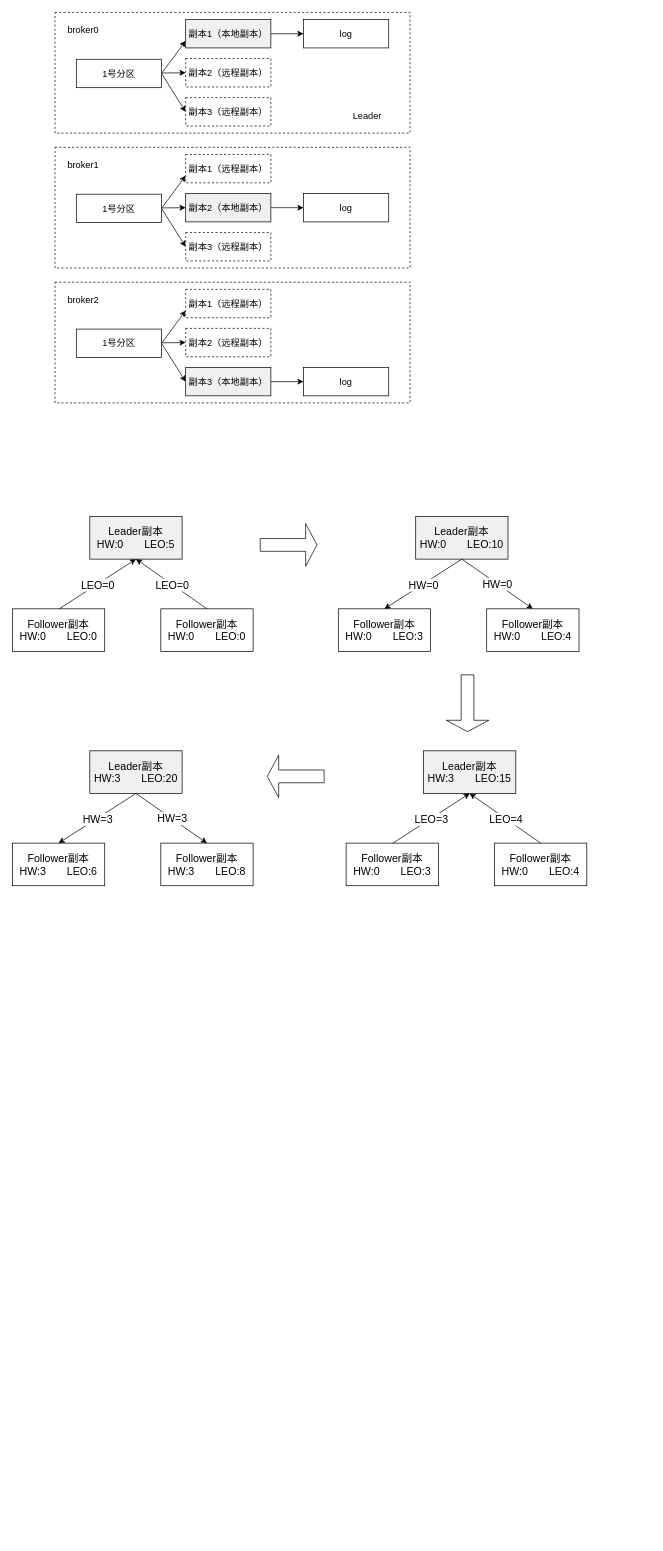
Above: docs/assets/drawio/kafka同步机制.drawio in qinguan1/qinguan1.github.io (draw.io), before the change. Source tidied: cells renumbered, new cells numbered last; positions are measured from the earlier drawing's top-left corner, leaving out a move shared by most shapes. Both pictures are drawn from the tidied source at 71%, with x=0, y=0 at pixel (12, 12).
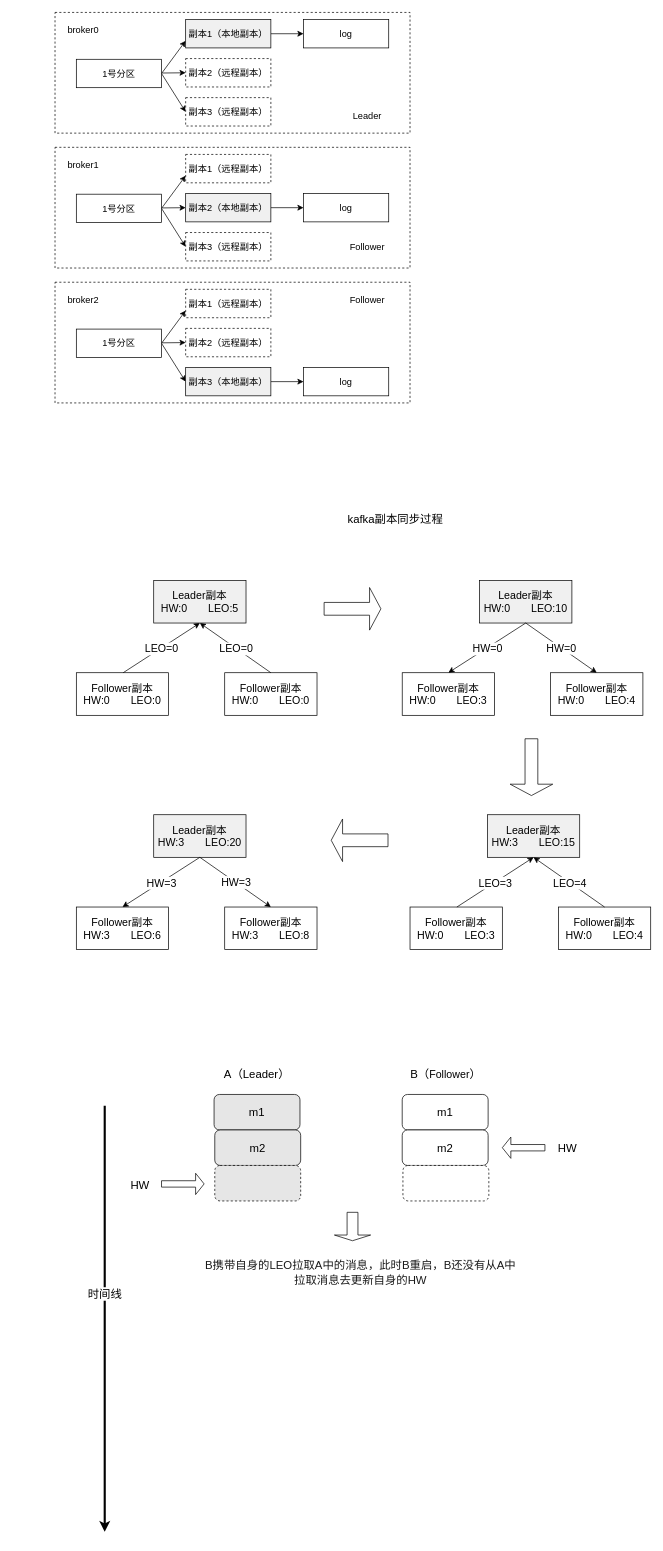
Above is the later version.

Diff of the diagram source:
```diff
@@
     <mxCell id="36" value="Leader副本&lt;br style=&quot;font-size: 15px;&quot;&gt;HW:0&lt;span style=&quot;white-space: pre; font-size: 15px;&quot;&gt;&#9;&lt;/span&gt;LEO:5" style="rounded=0;whiteSpace=wrap;html=1;fillColor=#F0F0F0;fontSize=15;" parent="1" vertex="1">
-      <mxGeometry x="109" y="710" width="130" height="60" as="geometry" />
+      <mxGeometry x="199" y="800" width="130" height="60" as="geometry" />
     </mxCell>
     <mxCell id="37" value="Follower副本&lt;br style=&quot;font-size: 15px;&quot;&gt;HW:0&lt;span style=&quot;white-space: pre; font-size: 15px;&quot;&gt;&#9;&lt;/span&gt;LEO:0" style="rounded=0;whiteSpace=wrap;html=1;fillColor=#FFFFFF;fontSize=15;" parent="1" vertex="1">
-      <mxGeometry y="840" width="130" height="60" as="geometry" />
+      <mxGeometry x="90" y="930" width="130" height="60" as="geometry" />
     </mxCell>
     <mxCell id="38" value="Follower副本&lt;br style=&quot;font-size: 15px;&quot;&gt;HW:0&lt;span style=&quot;white-space: pre; font-size: 15px;&quot;&gt;&#9;&lt;/span&gt;LEO:0" style="rounded=0;whiteSpace=wrap;html=1;fillColor=#FFFFFF;fontSize=15;" parent="1" vertex="1">
-      <mxGeometry x="209" y="840" width="130" height="60" as="geometry" />
+      <mxGeometry x="299" y="930" width="130" height="60" as="geometry" />
     </mxCell>
     <mxCell id="39" style="endArrow=classic;html=1;rounded=0;exitX=0.5;exitY=0;exitDx=0;exitDy=0;entryX=0.5;entryY=1;entryDx=0;entryDy=0;" parent="1" edge="1" target="36">
       <mxGeometry relative="1" as="geometry">
-        <mxPoint x="66" y="840" as="sourcePoint" />
+        <mxPoint x="156" y="930" as="sourcePoint" />
       </mxGeometry>
     </mxCell>
@@
     <mxCell id="43" value="Leader副本&lt;br style=&quot;font-size: 15px;&quot;&gt;HW:0&lt;span style=&quot;white-space: pre; font-size: 15px;&quot;&gt;&#9;&lt;/span&gt;LEO:10" style="rounded=0;whiteSpace=wrap;html=1;fillColor=#F0F0F0;fontSize=15;" parent="1" vertex="1">
-      <mxGeometry x="568" y="710" width="130" height="60" as="geometry" />
+      <mxGeometry x="658" y="800" width="130" height="60" as="geometry" />
     </mxCell>
     <mxCell id="44" value="Follower副本&lt;br style=&quot;font-size: 15px;&quot;&gt;HW:0&lt;span style=&quot;white-space: pre; font-size: 15px;&quot;&gt;&#9;&lt;/span&gt;LEO:3" style="rounded=0;whiteSpace=wrap;html=1;fillColor=#FFFFFF;fontSize=15;" parent="1" vertex="1">
-      <mxGeometry x="459" y="840" width="130" height="60" as="geometry" />
+      <mxGeometry x="549" y="930" width="130" height="60" as="geometry" />
     </mxCell>
     <mxCell id="45" value="Follower副本&lt;br style=&quot;font-size: 15px;&quot;&gt;HW:0&lt;span style=&quot;white-space: pre; font-size: 15px;&quot;&gt;&#9;&lt;/span&gt;LEO:4" style="rounded=0;whiteSpace=wrap;html=1;fillColor=#FFFFFF;fontSize=15;" parent="1" vertex="1">
-      <mxGeometry x="668" y="840" width="130" height="60" as="geometry" />
+      <mxGeometry x="758" y="930" width="130" height="60" as="geometry" />
     </mxCell>
@@
     <mxCell id="50" value="Leader副本&lt;br style=&quot;font-size: 15px;&quot;&gt;HW:3&lt;span style=&quot;white-space: pre; font-size: 15px;&quot;&gt;&#9;&lt;/span&gt;LEO:15" style="rounded=0;whiteSpace=wrap;html=1;fillColor=#F0F0F0;fontSize=15;" parent="1" vertex="1">
-      <mxGeometry x="579" y="1040" width="130" height="60" as="geometry" />
+      <mxGeometry x="669" y="1130" width="130" height="60" as="geometry" />
     </mxCell>
     <mxCell id="51" value="Follower副本&lt;br style=&quot;font-size: 15px;&quot;&gt;HW:0&lt;span style=&quot;white-space: pre; font-size: 15px;&quot;&gt;&#9;&lt;/span&gt;LEO:3" style="rounded=0;whiteSpace=wrap;html=1;fillColor=#FFFFFF;fontSize=15;" parent="1" vertex="1">
-      <mxGeometry x="470" y="1170" width="130" height="60" as="geometry" />
+      <mxGeometry x="560" y="1260" width="130" height="60" as="geometry" />
     </mxCell>
     <mxCell id="52" value="Follower副本&lt;br style=&quot;font-size: 15px;&quot;&gt;HW:0&lt;span style=&quot;white-space: pre; font-size: 15px;&quot;&gt;&#9;&lt;/span&gt;LEO:4" style="rounded=0;whiteSpace=wrap;html=1;fillColor=#FFFFFF;fontSize=15;" parent="1" vertex="1">
-      <mxGeometry x="679" y="1170" width="130" height="60" as="geometry" />
+      <mxGeometry x="769" y="1260" width="130" height="60" as="geometry" />
     </mxCell>
     <mxCell id="53" style="endArrow=classic;html=1;rounded=0;exitX=0.5;exitY=0;exitDx=0;exitDy=0;entryX=0.5;entryY=1;entryDx=0;entryDy=0;fontSize=15;" parent="1" edge="1" target="50">
       <mxGeometry relative="1" as="geometry">
-        <mxPoint x="536" y="1170" as="sourcePoint" />
+        <mxPoint x="626" y="1260" as="sourcePoint" />
       </mxGeometry>
     </mxCell>
@@
     <mxCell id="57" value="Leader副本&lt;br style=&quot;font-size: 15px;&quot;&gt;HW:3&lt;span style=&quot;white-space: pre; font-size: 15px;&quot;&gt;&#9;&lt;/span&gt;LEO:20" style="rounded=0;whiteSpace=wrap;html=1;fillColor=#F0F0F0;fontSize=15;" parent="1" vertex="1">
-      <mxGeometry x="109" y="1040" width="130" height="60" as="geometry" />
+      <mxGeometry x="199" y="1130" width="130" height="60" as="geometry" />
     </mxCell>
     <mxCell id="58" value="Follower副本&lt;br style=&quot;font-size: 15px;&quot;&gt;HW:3&lt;span style=&quot;white-space: pre; font-size: 15px;&quot;&gt;&#9;&lt;/span&gt;LEO:6" style="rounded=0;whiteSpace=wrap;html=1;fillColor=#FFFFFF;fontSize=15;" parent="1" vertex="1">
-      <mxGeometry y="1170" width="130" height="60" as="geometry" />
+      <mxGeometry x="90" y="1260" width="130" height="60" as="geometry" />
     </mxCell>
     <mxCell id="59" value="Follower副本&lt;br style=&quot;font-size: 15px;&quot;&gt;HW:3&lt;span style=&quot;white-space: pre; font-size: 15px;&quot;&gt;&#9;&lt;/span&gt;LEO:8" style="rounded=0;whiteSpace=wrap;html=1;fillColor=#FFFFFF;fontSize=15;" parent="1" vertex="1">
-      <mxGeometry x="209" y="1170" width="130" height="60" as="geometry" />
+      <mxGeometry x="299" y="1260" width="130" height="60" as="geometry" />
     </mxCell>
@@
     <mxCell id="64" style="shape=singleArrow;whiteSpace=wrap;html=1;fillColor=#FFFFFF;" parent="1" vertex="1">
-      <mxGeometry x="349" y="720" width="80" height="60" as="geometry" />
+      <mxGeometry x="439" y="810" width="80" height="60" as="geometry" />
     </mxCell>
     <mxCell id="65" style="shape=singleArrow;whiteSpace=wrap;html=1;fillColor=#FFFFFF;direction=south;fontSize=15;" parent="1" vertex="1">
-      <mxGeometry x="611" y="933" width="60" height="80" as="geometry" />
+      <mxGeometry x="701" y="1023" width="60" height="80" as="geometry" />
     </mxCell>
     <mxCell id="66" style="shape=singleArrow;whiteSpace=wrap;html=1;fillColor=#FFFFFF;direction=west;" parent="1" vertex="1">
-      <mxGeometry x="359" y="1046" width="80" height="60" as="geometry" />
+      <mxGeometry x="449" y="1136" width="80" height="60" as="geometry" />
     </mxCell>
+    <mxCell id="67" value="kafka副本同步过程" style="text;html=1;strokeColor=none;fillColor=none;align=center;verticalAlign=middle;whiteSpace=wrap;rounded=0;fontSize=16;" parent="1" vertex="1">
+      <mxGeometry x="439" y="694" width="201" height="40" as="geometry" />
+    </mxCell>
+    <mxCell id="68" value="Follower" style="text;html=1;strokeColor=none;fillColor=none;align=center;verticalAlign=middle;whiteSpace=wrap;rounded=0;fontSize=13;" parent="1" vertex="1">
+      <mxGeometry x="470" y="315" width="60" height="30" as="geometry" />
+    </mxCell>
+    <mxCell id="69" value="Follower" style="text;html=1;strokeColor=none;fillColor=none;align=center;verticalAlign=middle;whiteSpace=wrap;rounded=0;fontSize=13;" parent="1" vertex="1">
+      <mxGeometry x="470" y="390" width="60" height="30" as="geometry" />
+    </mxCell>
+    <mxCell id="70" style="endArrow=classic;html=1;rounded=0;fontSize=16;strokeWidth=3;" parent="1" edge="1">
+      <mxGeometry relative="1" as="geometry">
+        <mxPoint x="130" y="1540" as="sourcePoint" />
+        <mxPoint x="130" y="2140" as="targetPoint" />
+      </mxGeometry>
+    </mxCell>
+    <mxCell id="71" value="时间线" style="edgeLabel;html=1;align=center;verticalAlign=middle;fontSize=16;" parent="70" vertex="1">
+      <mxGeometry x="-0.12" y="-1" relative="1" as="geometry" />
+    </mxCell>
+    <mxCell id="72" value="A（Leader）" style="text;html=1;strokeColor=none;fillColor=none;align=center;verticalAlign=middle;whiteSpace=wrap;rounded=0;shadow=0;dashed=1;fontSize=16;" parent="1" vertex="1">
+      <mxGeometry x="284" y="1480" width="121" height="30" as="geometry" />
+    </mxCell>
+    <mxCell id="73" value="m1" style="rounded=1;whiteSpace=wrap;html=1;shadow=0;fontSize=16;fillColor=#E6E6E6;" parent="1" vertex="1">
+      <mxGeometry x="284" y="1524" width="121" height="50" as="geometry" />
+    </mxCell>
+    <mxCell id="74" value="m2" style="rounded=1;whiteSpace=wrap;html=1;shadow=0;fontSize=16;fillColor=#E6E6E6;" parent="1" vertex="1">
+      <mxGeometry x="285" y="1574" width="121" height="50" as="geometry" />
+    </mxCell>
+    <mxCell id="75" style="rounded=1;whiteSpace=wrap;html=1;shadow=0;fontSize=16;dashed=1;fillColor=#E6E6E6;" parent="1" vertex="1">
+      <mxGeometry x="285" y="1624" width="121" height="50" as="geometry" />
+    </mxCell>
+    <mxCell id="76" style="shape=singleArrow;whiteSpace=wrap;html=1;shadow=0;fontSize=16;" parent="1" vertex="1">
+      <mxGeometry x="210" y="1635" width="60" height="30" as="geometry" />
+    </mxCell>
+    <mxCell id="77" value="HW" style="text;html=1;strokeColor=none;fillColor=none;align=center;verticalAlign=middle;whiteSpace=wrap;rounded=0;shadow=0;fontSize=16;" parent="1" vertex="1">
+      <mxGeometry x="150" y="1637" width="60" height="30" as="geometry" />
+    </mxCell>
+    <mxCell id="78" value="B（&lt;span style=&quot;font-size: 15px;&quot;&gt;Follower&lt;/span&gt;）" style="text;html=1;strokeColor=none;fillColor=none;align=center;verticalAlign=middle;whiteSpace=wrap;rounded=0;shadow=0;dashed=1;fontSize=16;" parent="1" vertex="1">
+      <mxGeometry x="555" y="1480" width="111" height="30" as="geometry" />
+    </mxCell>
+    <mxCell id="79" value="m1" style="rounded=1;whiteSpace=wrap;html=1;shadow=0;fontSize=16;" parent="1" vertex="1">
+      <mxGeometry x="549" y="1524" width="121" height="50" as="geometry" />
+    </mxCell>
+    <mxCell id="80" value="m2" style="rounded=1;whiteSpace=wrap;html=1;shadow=0;fontSize=16;" parent="1" vertex="1">
+      <mxGeometry x="549" y="1574" width="121" height="50" as="geometry" />
+    </mxCell>
+    <mxCell id="81" value="&lt;span style=&quot;color: rgb(26, 26, 26); font-family: &amp;quot;lucida grande&amp;quot;, &amp;quot;lucida sans unicode&amp;quot;, lucida, helvetica, &amp;quot;Hiragino Sans GB&amp;quot;, &amp;quot;Microsoft YaHei&amp;quot;, &amp;quot;WenQuanYi Micro Hei&amp;quot;, sans-serif; text-align: start; background-color: rgb(255, 255, 255);&quot;&gt;B携带自身的LEO拉取A中的消息，此时B重启，B还没有从A中拉取消息去更新自身的HW&lt;/span&gt;" style="text;html=1;strokeColor=none;fillColor=none;align=center;verticalAlign=middle;whiteSpace=wrap;rounded=0;shadow=0;fontSize=16;" parent="1" vertex="1">
+      <mxGeometry x="270" y="1750" width="441" height="50" as="geometry" />
+    </mxCell>
+    <mxCell id="82" style="shape=singleArrow;whiteSpace=wrap;html=1;shadow=0;fontSize=16;direction=west;" parent="1" vertex="1">
+      <mxGeometry x="690" y="1584" width="60" height="30" as="geometry" />
+    </mxCell>
+    <mxCell id="83" value="HW" style="text;html=1;strokeColor=none;fillColor=none;align=center;verticalAlign=middle;whiteSpace=wrap;rounded=0;shadow=0;fontSize=16;" parent="1" vertex="1">
+      <mxGeometry x="752" y="1585" width="60" height="30" as="geometry" />
+    </mxCell>
+    <mxCell id="84" style="shape=singleArrow;direction=south;whiteSpace=wrap;html=1;shadow=0;fontSize=16;fillColor=#FFFFFF;labelBackgroundColor=none;" parent="1" vertex="1">
+      <mxGeometry x="453.5" y="1690" width="51" height="40" as="geometry" />
+    </mxCell>
+    <mxCell id="85" style="rounded=1;whiteSpace=wrap;html=1;shadow=0;fontSize=16;dashed=1;" parent="1" vertex="1">
+      <mxGeometry x="550" y="1624" width="121" height="50" as="geometry" />
+    </mxCell>
```
